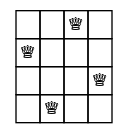
Above: graph.dot.png in CSUNSA1704250/parallel-nqueens-problem-omp (Graphviz), before the change. Its source is kept beside it as graph.dot.
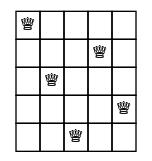
Later version of the same file.

What changed in the source:
```diff
@@ -3,9 +3,10 @@
   some_node [
   label=<
   <table border="0" cellborder="1" cellspacing="0">
-  <tr><td></td><td></td><td>&#9813;</td><td></td> </tr>
- <tr><td>&#9813;</td><td></td><td></td><td></td> </tr>
- <tr><td></td><td></td><td></td><td>&#9813;</td> </tr>
- <tr><td></td><td>&#9813;</td><td></td><td></td> </tr>
+  <tr><td>&#9813;</td><td></td><td></td><td></td><td></td> </tr>
+ <tr><td></td><td></td><td></td><td>&#9813;</td><td></td> </tr>
+ <tr><td></td><td>&#9813;</td><td></td><td></td><td></td> </tr>
+ <tr><td></td><td></td><td></td><td></td><td>&#9813;</td> </tr>
+ <tr><td></td><td></td><td>&#9813;</td><td></td><td></td> </tr>
 </table>>];
  }
```
